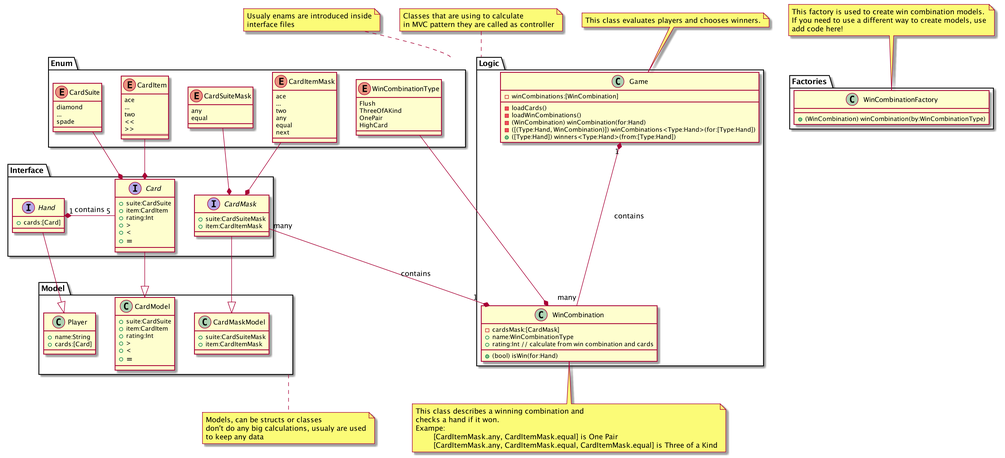
Dzmitry1983/PokerHandShowdown keeps this PlantUML diagram as Architecture/Class Diagram.png. Above is the earlier version. The source it was exported from:
```plantuml
@startuml
skinparam dpi 200

enum Enum.CardSuite {
	diamond
	...
	spade
}

enum Enum.CardItem {
	ace
	...
	two
	<<
	>>
	==
}

enum Enum.CardSuiteMask {
	any
	equal
}

enum Enum.CardItemMask {
	ace
	...
	two
	any
	equal
	next
}

enum Enum.WinCombinationType {
	Flush
	ThreeOfAKind
	OnePair
	HighCard
}

interface Interface.Hand {
	+ cards:[Card]
}

interface Interface.Card {
	+ suite:CardSuite
	+ item:CardItem
	+ rating:Int
	+ >
	+ <
	+ ==
}

interface Interface.CardMask {
	+ suite:CardSuiteMask
	+ item:CardItemMask
}

class Factories.WinCombinationFactory {
	+ (WinCombination) winCombination(by:WinCombinationType)
}

class Model.CardModel {
	+ suite:CardSuite
	+ item:CardItem
	+ rating:Int
	+ >
	+ <
	+ ==
}

class Model.CardMaskModel {
	+ suite:CardSuiteMask
	+ item:CardItemMask
}

class Model.Player {
	+ name:String
	+ cards:[Card]
}

class Logic.WinCombination {
	- cardsMask:[CardMask]
	+ name:WinCombinationType
	+ rating:Int // calculate from win combination and cards
	+ (bool) isWin(for:Hand)
}


class Logic.Game {
	- winCombinations:[WinCombination]
	- loadCards()
	- loadWinCombinations()
	- (WinCombination) winCombination(for:Hand)
	- ([(Type:Hand, WinCombination)]) winCombinations<Type:Hand>(for:[Type:Hand])
	+ ([Type:Hand]) winners<Type:Hand>(from:[Type:Hand])
}


Interface.Hand "1" *- "5" Interface.Card : contains

Interface.Card 		--|> Model.CardModel
Interface.CardMask 	--|> Model.CardMaskModel
Interface.Hand 		--|> Model.Player



Enum.CardSuite 			--* Interface.Card
Enum.CardItem 			--* Interface.Card
Enum.CardSuiteMask 		--* Interface.CardMask
Enum.CardItemMask 		--* Interface.CardMask

Enum.WinCombinationType --* Logic.WinCombination


Interface.CardMask "many" --* "1" Logic.WinCombination : contains

Logic.Game "1" *-- "many" Logic.WinCombination : contains

note top of Factories.WinCombinationFactory
	This factory is used to create win combination models.
	If you need to use a different way to create models, use
	add code here!
end note

note bottom of Logic.WinCombination
	This class describes a winning combination and
	checks a hand if it won.
	Exampe:
		[CardItemMask.any, CardItemMask.equal] is One Pair
		[CardItemMask.any, CardItemMask.equal, CardItemMask.equal] is Three of a Kind
end note

note top of Logic.Game
	This class evaluates players and chooses winners.
end note

note top of Logic
	Classes that are using to calculate
	in MVC pattern they are called as controller
end note

note bottom of Model
	Models, can be structs or classes
	don't do any big calculations, usualy are used
	to keep any data
end note


note top of Enum
	Usualy enams are introduced inside
	interface files
end note


@enduml
```
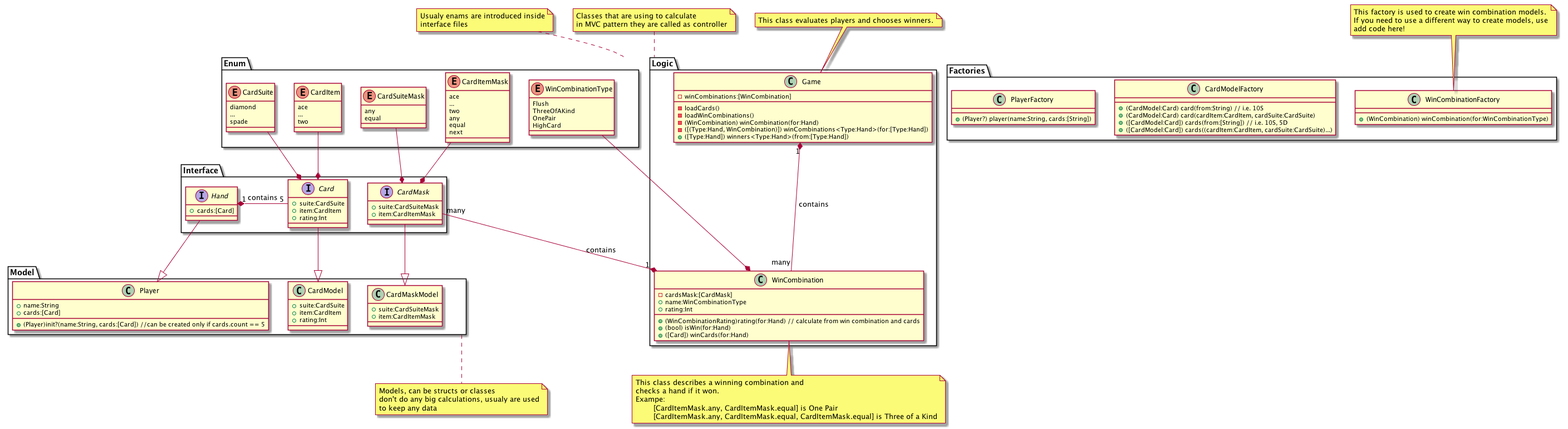
The same diagram one commit later.

Commit message:
update Class Diagramm and add minor fix

What changed in the source:
```diff
@@ -1,5 +1,4 @@
 @startuml
-skinparam dpi 200
 
 enum Enum.CardSuite {
 	diamond
@@ -11,9 +10,6 @@
 	ace
 	...
 	two
-	<<
-	>>
-	==
 }
 
 enum Enum.CardSuiteMask {
@@ -45,9 +41,6 @@
 	+ suite:CardSuite
 	+ item:CardItem
 	+ rating:Int
-	+ >
-	+ <
-	+ ==
 }
 
 interface Interface.CardMask {
@@ -56,16 +49,24 @@
 }
 
 class Factories.WinCombinationFactory {
-	+ (WinCombination) winCombination(by:WinCombinationType)
+	+ (WinCombination) winCombination(for:WinCombinationType)
+}
+
+class Factories.CardModelFactory {
+	+ (CardModel:Card) card(from:String) // i.e. 10S
+	+ (CardModel:Card) card(cardItem:CardItem, cardSuite:CardSuite)
+	+ ([CardModel:Card]) cards(from:[String]) // i.e. 10S, 5D
+	+ ([CardModel:Card]) cards((cardItem:CardItem, cardSuite:CardSuite)...)
+}
+
+class Factories.PlayerFactory {
+	+ (Player?) player(name:String, cards:[String])
 }
 
 class Model.CardModel {
 	+ suite:CardSuite
 	+ item:CardItem
 	+ rating:Int
-	+ >
-	+ <
-	+ ==
 }
 
 class Model.CardMaskModel {
@@ -76,13 +77,16 @@
 class Model.Player {
 	+ name:String
 	+ cards:[Card]
+	+ (Player)init?(name:String, cards:[Card]) //can be created only if cards.count == 5
 }
 
 class Logic.WinCombination {
 	- cardsMask:[CardMask]
 	+ name:WinCombinationType
-	+ rating:Int // calculate from win combination and cards
+	+ rating:Int
+	+ (WinCombinationRating)rating(for:Hand) // calculate from win combination and cards
 	+ (bool) isWin(for:Hand)
+	+ ([Card]) winCards(for:Hand)
 }
 
 
```
